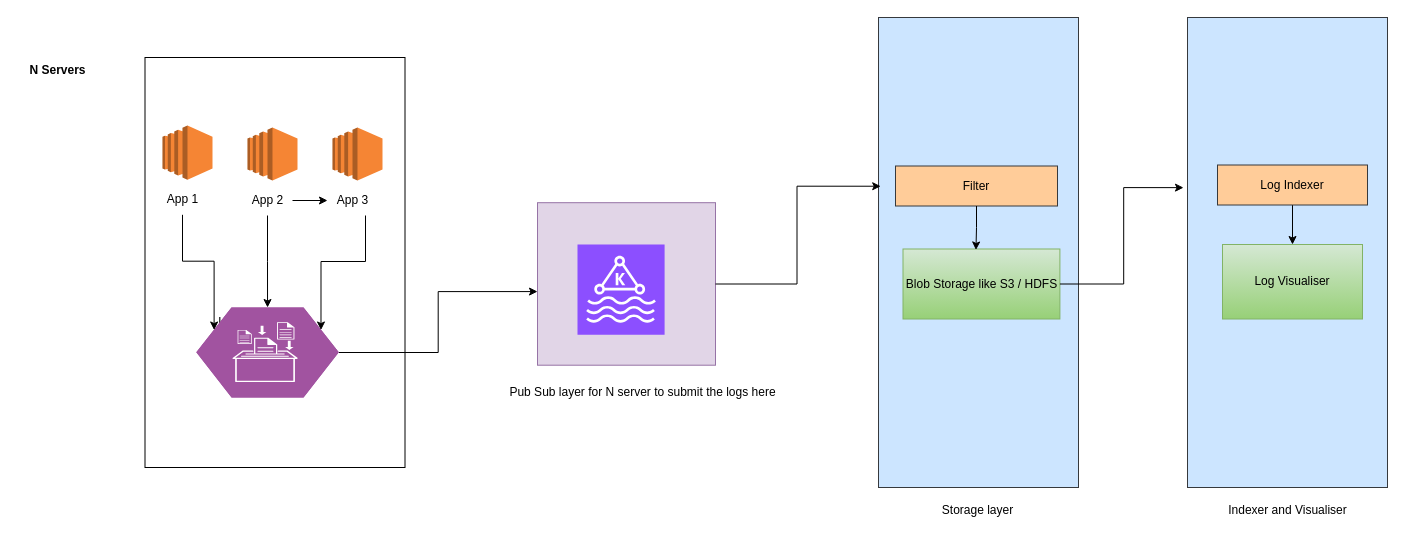
The draw.io diagram distributed-search/distributed-search.drawio in anshul1790/system-design-playground, before the edit. Source tidied: cells renumbered, new cells numbered last; positions are measured from the earlier drawing's top-left corner, leaving out a move shared by most shapes. Both pictures are drawn from the tidied source at 100%, with x=0, y=0 at pixel (17, 17).
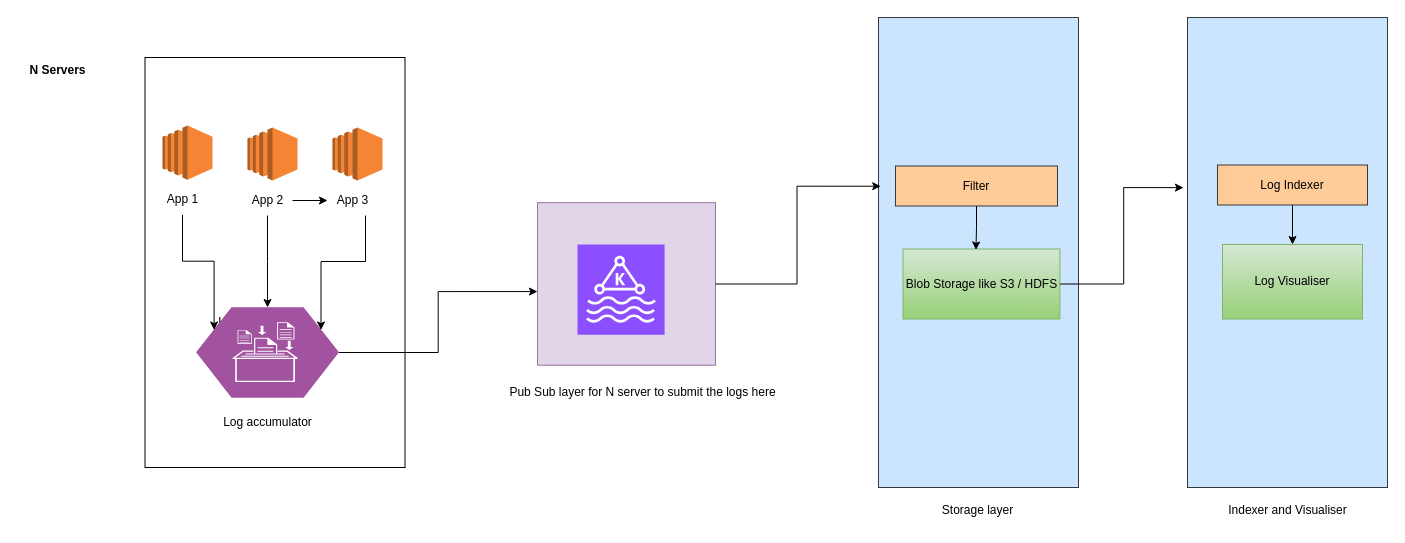
After the change.

The edit, as a diff of the source:
```diff
@@
+    <mxCell id="36" value="Log accumulator" style="text;html=1;align=center;verticalAlign=middle;strokeColor=none;fillColor=none;" parent="1" vertex="1">
+      <mxGeometry x="195" y="390" width="110" height="30" as="geometry" />
+    </mxCell>
```
